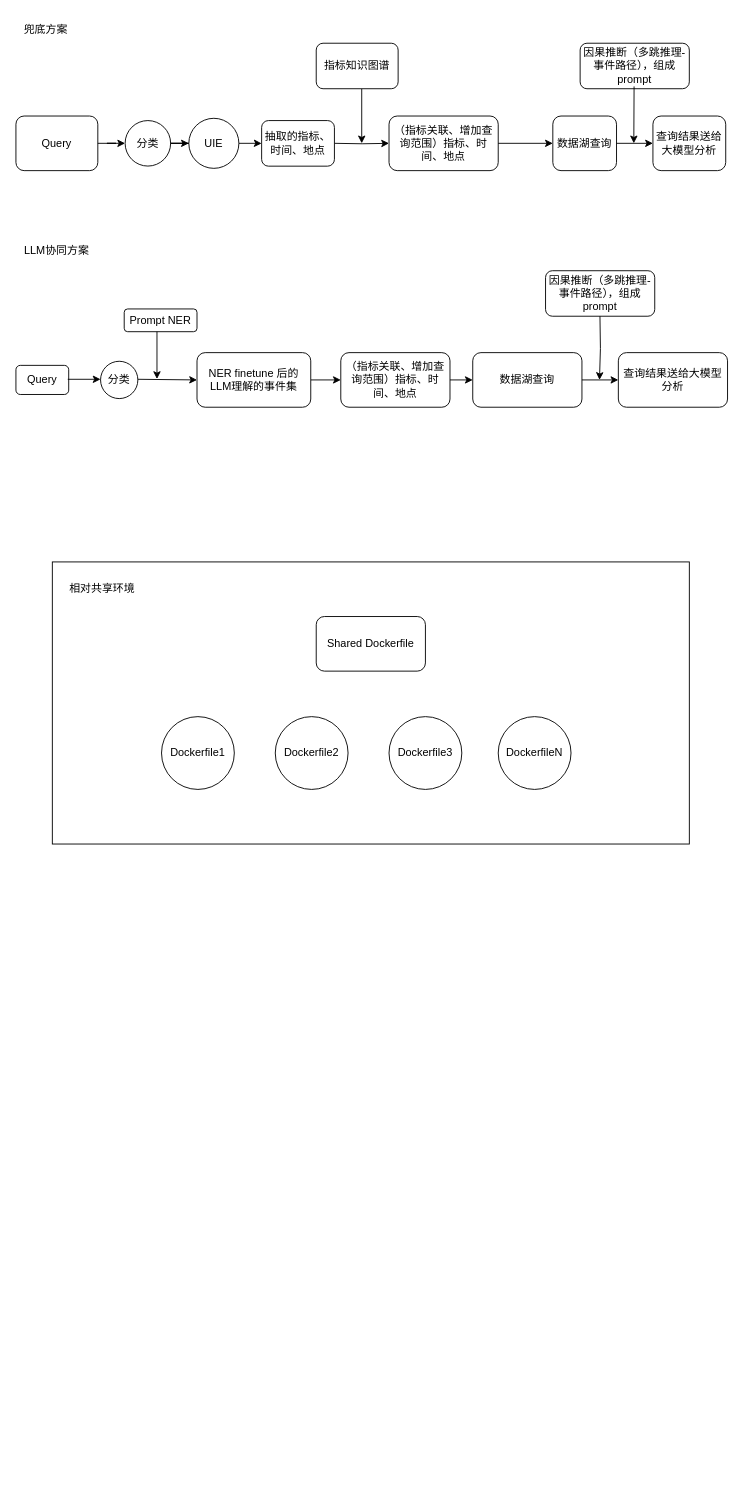
Above: 未命名绘图.drawio in HanYang1385/Master-Thesis (draw.io), before the change. Source tidied: cells renumbered, new cells numbered last; positions are measured from the earlier drawing's top-left corner, leaving out a move shared by most shapes. Both pictures are drawn from the tidied source at 91%, with x=0, y=0 at pixel (15, 15).
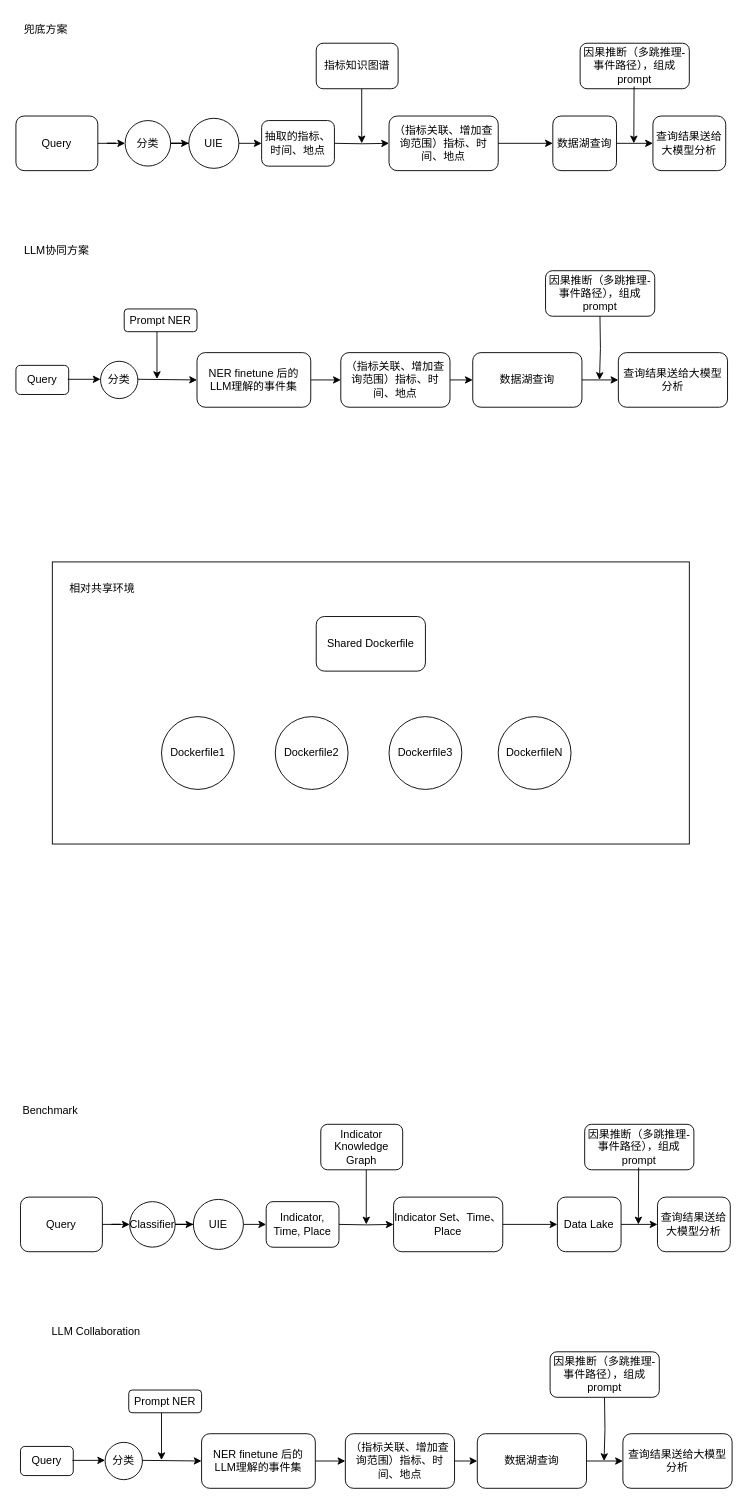
The same diagram, later.

Commit message:
更新未命名绘图.drawio

Diff of the diagram source:
```diff
@@
+    <mxCell id="47" style="group;" parent="1" vertex="1">
+      <mxGeometry x="5" y="1431" width="782" height="187" as="geometry" />
+    </mxCell>
+    <mxCell id="48" value="LLM Collaboration&amp;nbsp;" style="text;html=1;strokeColor=none;fillColor=none;align=center;verticalAlign=middle;whiteSpace=wrap;rounded=0;" parent="47" vertex="1">
+      <mxGeometry width="170" height="30" as="geometry" />
+    </mxCell>
+    <mxCell id="49" value="Query" style="rounded=1;whiteSpace=wrap;html=1;" parent="47" vertex="1">
+      <mxGeometry y="141" width="58" height="32" as="geometry" />
+    </mxCell>
+    <mxCell id="50" value="（指标关联、增加查询范围）指标、时间、地点" style="whiteSpace=wrap;html=1;rounded=1;" parent="47" vertex="1">
+      <mxGeometry x="357" y="127" width="120" height="60" as="geometry" />
+    </mxCell>
+    <mxCell id="51" style="edgeStyle=orthogonalEdgeStyle;rounded=0;jettySize=auto;html=1;exitX=1;exitY=0.5;exitDx=0;exitDy=0;entryX=0;entryY=0.5;entryDx=0;entryDy=0;" parent="47" edge="1" source="52" target="50">
+      <mxGeometry relative="1" as="geometry" />
+    </mxCell>
+    <mxCell id="52" value="NER finetune 后的&lt;br&gt;LLM理解的事件集" style="whiteSpace=wrap;html=1;rounded=1;" parent="47" vertex="1">
+      <mxGeometry x="199" y="127" width="125" height="60" as="geometry" />
+    </mxCell>
+    <mxCell id="53" value="数据湖查询" style="whiteSpace=wrap;html=1;rounded=1;" parent="47" vertex="1">
+      <mxGeometry x="502" y="127" width="120" height="60" as="geometry" />
+    </mxCell>
+    <mxCell id="54" style="edgeStyle=orthogonalEdgeStyle;rounded=0;jettySize=auto;html=1;exitX=1;exitY=0.5;exitDx=0;exitDy=0;entryX=0;entryY=0.5;entryDx=0;entryDy=0;" parent="47" edge="1" source="50" target="53">
+      <mxGeometry relative="1" as="geometry" />
+    </mxCell>
+    <mxCell id="55" value="查询结果送给大模型分析" style="whiteSpace=wrap;html=1;rounded=1;" parent="47" vertex="1">
+      <mxGeometry x="662" y="127" width="120" height="60" as="geometry" />
+    </mxCell>
+    <mxCell id="56" style="edgeStyle=orthogonalEdgeStyle;rounded=0;jettySize=auto;html=1;" parent="47" edge="1" source="53" target="55">
+      <mxGeometry relative="1" as="geometry" />
+    </mxCell>
+    <mxCell id="57" value="因果推断（多跳推理-事件路径），组成prompt" style="rounded=1;whiteSpace=wrap;html=1;" parent="47" vertex="1">
+      <mxGeometry x="582" y="37" width="120" height="50" as="geometry" />
+    </mxCell>
+    <mxCell id="58" style="edgeStyle=orthogonalEdgeStyle;rounded=0;orthogonalLoop=1;jettySize=auto;html=1;exitX=0.5;exitY=1;exitDx=0;exitDy=0;" parent="47" edge="1">
+      <mxGeometry relative="1" as="geometry">
+        <mxPoint x="641.8" y="87" as="sourcePoint" />
+        <mxPoint x="641.3" y="157" as="targetPoint" />
+      </mxGeometry>
+    </mxCell>
+    <mxCell id="59" value="Prompt NER" style="rounded=1;whiteSpace=wrap;html=1;" parent="47" vertex="1">
+      <mxGeometry x="119" y="79" width="80" height="25" as="geometry" />
+    </mxCell>
+    <mxCell id="60" value="分类" style="ellipse;whiteSpace=wrap;html=1;" parent="47" vertex="1">
+      <mxGeometry x="93" y="136.5" width="41" height="41" as="geometry" />
+    </mxCell>
+    <mxCell id="61" style="endArrow=classic;html=1;rounded=0;" parent="47" edge="1">
+      <mxGeometry relative="1" as="geometry">
+        <mxPoint x="57" y="156.3" as="sourcePoint" />
+        <mxPoint x="93" y="156.3" as="targetPoint" />
+      </mxGeometry>
+    </mxCell>
+    <mxCell id="62" style="endArrow=classic;html=1;rounded=0;entryX=0;entryY=0.5;entryDx=0;entryDy=0;" parent="47" edge="1" target="52">
+      <mxGeometry relative="1" as="geometry">
+        <mxPoint x="134" y="156.3" as="sourcePoint" />
+      </mxGeometry>
+    </mxCell>
+    <mxCell id="63" style="endArrow=classic;html=1;rounded=0;" parent="47" edge="1">
+      <mxGeometry relative="1" as="geometry">
+        <mxPoint x="155" y="104" as="sourcePoint" />
+        <mxPoint x="155" y="156" as="targetPoint" />
+      </mxGeometry>
+    </mxCell>
+    <mxCell id="64" style="group;" parent="1" vertex="1">
+      <mxGeometry x="5" y="1218" width="780" height="140" as="geometry" />
+    </mxCell>
+    <mxCell id="65" value="Query" style="rounded=1;whiteSpace=wrap;html=1;" parent="64" vertex="1">
+      <mxGeometry y="80" width="90" height="60" as="geometry" />
+    </mxCell>
+    <mxCell id="66" value="Indicator Set、Time、Place" style="whiteSpace=wrap;html=1;rounded=1;" parent="64" vertex="1">
+      <mxGeometry x="410" y="80" width="120" height="60" as="geometry" />
+    </mxCell>
+    <mxCell id="67" style="edgeStyle=orthogonalEdgeStyle;rounded=0;jettySize=auto;html=1;entryX=0;entryY=0.5;entryDx=0;entryDy=0;" parent="64" edge="1" target="66">
+      <mxGeometry relative="1" as="geometry">
+        <mxPoint x="350" y="110" as="sourcePoint" />
+      </mxGeometry>
+    </mxCell>
+    <mxCell id="68" value="Data Lake" style="whiteSpace=wrap;html=1;rounded=1;" parent="64" vertex="1">
+      <mxGeometry x="590" y="80" width="70" height="60" as="geometry" />
+    </mxCell>
+    <mxCell id="69" style="edgeStyle=orthogonalEdgeStyle;rounded=0;jettySize=auto;html=1;exitX=1;exitY=0.5;exitDx=0;exitDy=0;entryX=0;entryY=0.5;entryDx=0;entryDy=0;" parent="64" edge="1" source="66" target="68">
+      <mxGeometry relative="1" as="geometry" />
+    </mxCell>
+    <mxCell id="70" value="查询结果送给大模型分析" style="whiteSpace=wrap;html=1;rounded=1;" parent="64" vertex="1">
+      <mxGeometry x="700" y="80" width="80" height="60" as="geometry" />
+    </mxCell>
+    <mxCell id="71" style="edgeStyle=orthogonalEdgeStyle;rounded=0;jettySize=auto;html=1;" parent="64" edge="1" source="68" target="70">
+      <mxGeometry relative="1" as="geometry" />
+    </mxCell>
+    <mxCell id="72" value="Classifier" style="ellipse;whiteSpace=wrap;html=1;" parent="64" vertex="1">
+      <mxGeometry x="120" y="85" width="50" height="50" as="geometry" />
+    </mxCell>
+    <mxCell id="73" style="edgeStyle=orthogonalEdgeStyle;rounded=0;jettySize=auto;html=1;exitX=1;exitY=0.5;exitDx=0;exitDy=0;" parent="64" edge="1" source="65" target="72">
+      <mxGeometry relative="1" as="geometry" />
+    </mxCell>
+    <mxCell id="74" value="UIE" style="ellipse;whiteSpace=wrap;html=1;" parent="64" vertex="1">
+      <mxGeometry x="190" y="82.5" width="55" height="55" as="geometry" />
+    </mxCell>
+    <mxCell id="75" style="edgeStyle=orthogonalEdgeStyle;rounded=0;jettySize=auto;html=1;exitX=1;exitY=0.5;exitDx=0;exitDy=0;" parent="64" edge="1" source="72" target="74">
+      <mxGeometry relative="1" as="geometry" />
+    </mxCell>
+    <mxCell id="76" value="Indicator, Time, Place" style="rounded=1;whiteSpace=wrap;html=1;" parent="64" vertex="1">
+      <mxGeometry x="270" y="85" width="80" height="50.1" as="geometry" />
+    </mxCell>
+    <mxCell id="77" style="edgeStyle=orthogonalEdgeStyle;rounded=0;jettySize=auto;html=1;exitX=1;exitY=0.5;exitDx=0;exitDy=0;" parent="64" edge="1" source="74" target="76">
+      <mxGeometry relative="1" as="geometry" />
+    </mxCell>
+    <mxCell id="78" style="endArrow=classic;html=1;rounded=0;" parent="64" edge="1">
+      <mxGeometry relative="1" as="geometry">
+        <mxPoint x="380" y="50" as="sourcePoint" />
+        <mxPoint x="380" y="110" as="targetPoint" />
+      </mxGeometry>
+    </mxCell>
+    <mxCell id="79" value="Indicator Knowledge Graph" style="rounded=1;whiteSpace=wrap;html=1;" parent="64" vertex="1">
+      <mxGeometry x="330" width="90" height="50" as="geometry" />
+    </mxCell>
+    <mxCell id="80" value="因果推断（多跳推理-事件路径），组成prompt" style="rounded=1;whiteSpace=wrap;html=1;" parent="64" vertex="1">
+      <mxGeometry x="620" width="120" height="50" as="geometry" />
+    </mxCell>
+    <mxCell id="81" style="endArrow=classic;html=1;rounded=0;" parent="64" edge="1">
+      <mxGeometry relative="1" as="geometry">
+        <mxPoint x="679.3" y="47.5" as="sourcePoint" />
+        <mxPoint x="679" y="110" as="targetPoint" />
+      </mxGeometry>
+    </mxCell>
+    <mxCell id="82" value="Benchmark" style="text;html=1;strokeColor=none;fillColor=none;align=center;verticalAlign=middle;whiteSpace=wrap;rounded=0;" parent="1" vertex="1">
+      <mxGeometry x="8" y="1188" width="60" height="30" as="geometry" />
+    </mxCell>
```
